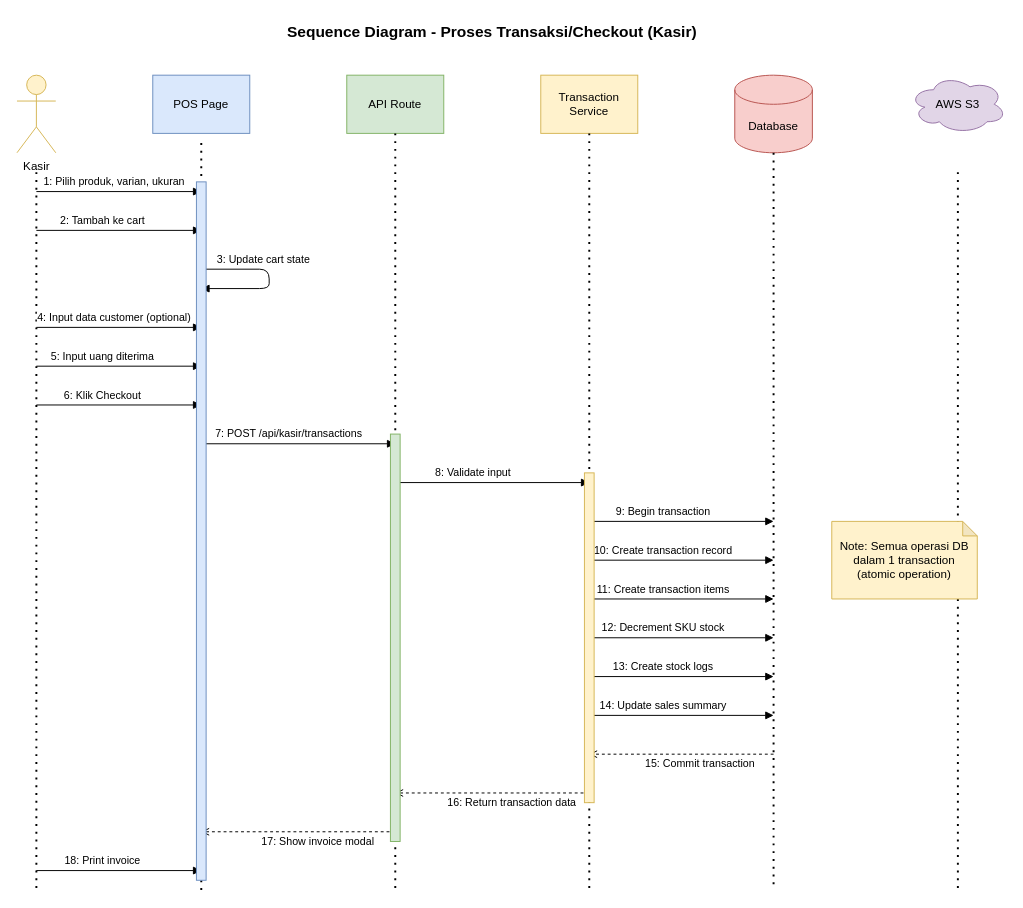
The draw.io diagram fordza-docs/diagrams/sequence-02-checkout.drawio in Aryo1235/fordza-web, before the edit. Source tidied: cells renumbered, new cells numbered last; positions are measured from the earlier drawing's top-left corner, leaving out a move shared by most shapes. Both pictures are drawn from the tidied source at 97%, with x=0, y=0 at pixel (16, 16).
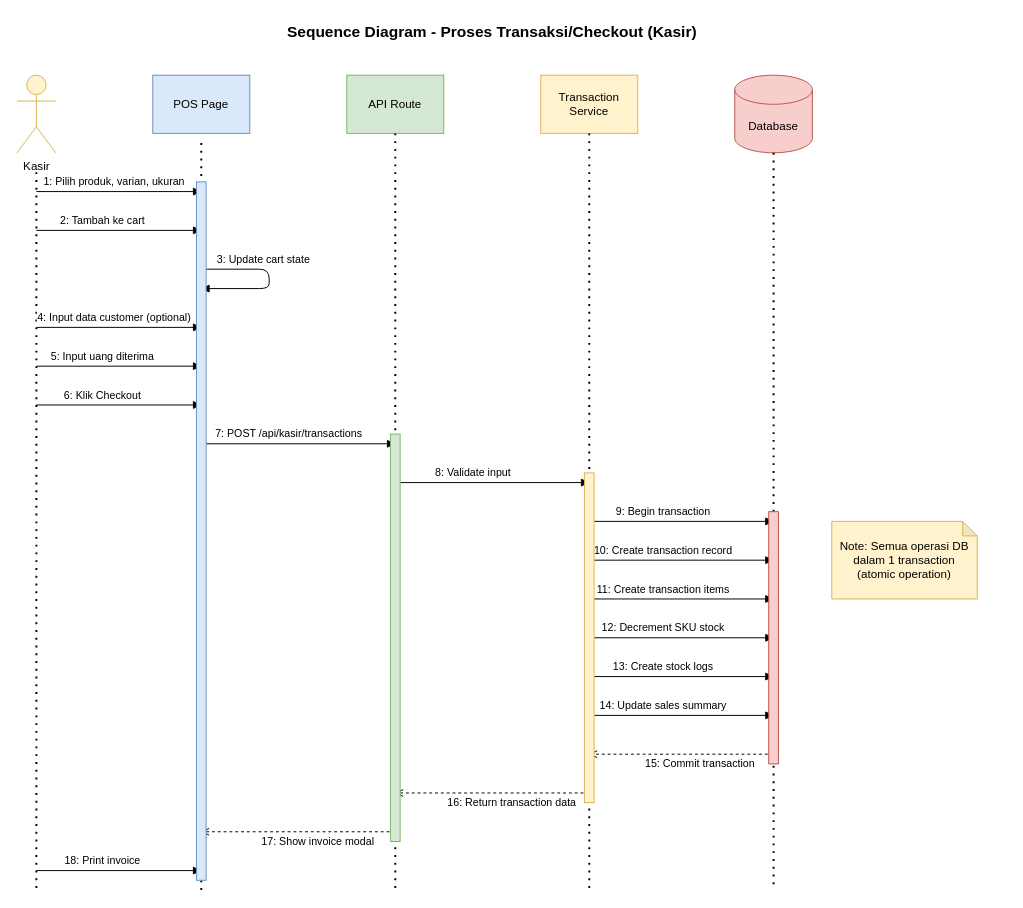
The same diagram, later.

What changed in the source:
```diff
@@
-    <mxCell id="8" value="AWS S3" style="ellipse;shape=cloud;whiteSpace=wrap;html=1;fillColor=#e1d5e7;strokeColor=#9673a6;" parent="1" vertex="1">
-      <mxGeometry x="920" y="60" width="100" height="60" as="geometry" />
-    </mxCell>
@@
-    <mxCell id="14" style="endArrow=none;dashed=1;html=1;dashPattern=1 3;strokeWidth=2;" parent="1" edge="1">
-      <mxGeometry relative="1" as="geometry">
-        <mxPoint x="970" y="160" as="sourcePoint" />
-        <mxPoint x="970" y="900" as="targetPoint" />
-      </mxGeometry>
-    </mxCell>
@@
+    <mxCell id="37" style="rounded=0;whiteSpace=wrap;html=1;fillColor=#f8cecc;strokeColor=#b85450;" parent="1" vertex="1">
+      <mxGeometry x="775" y="510" width="10" height="260" as="geometry" />
+    </mxCell>
```
